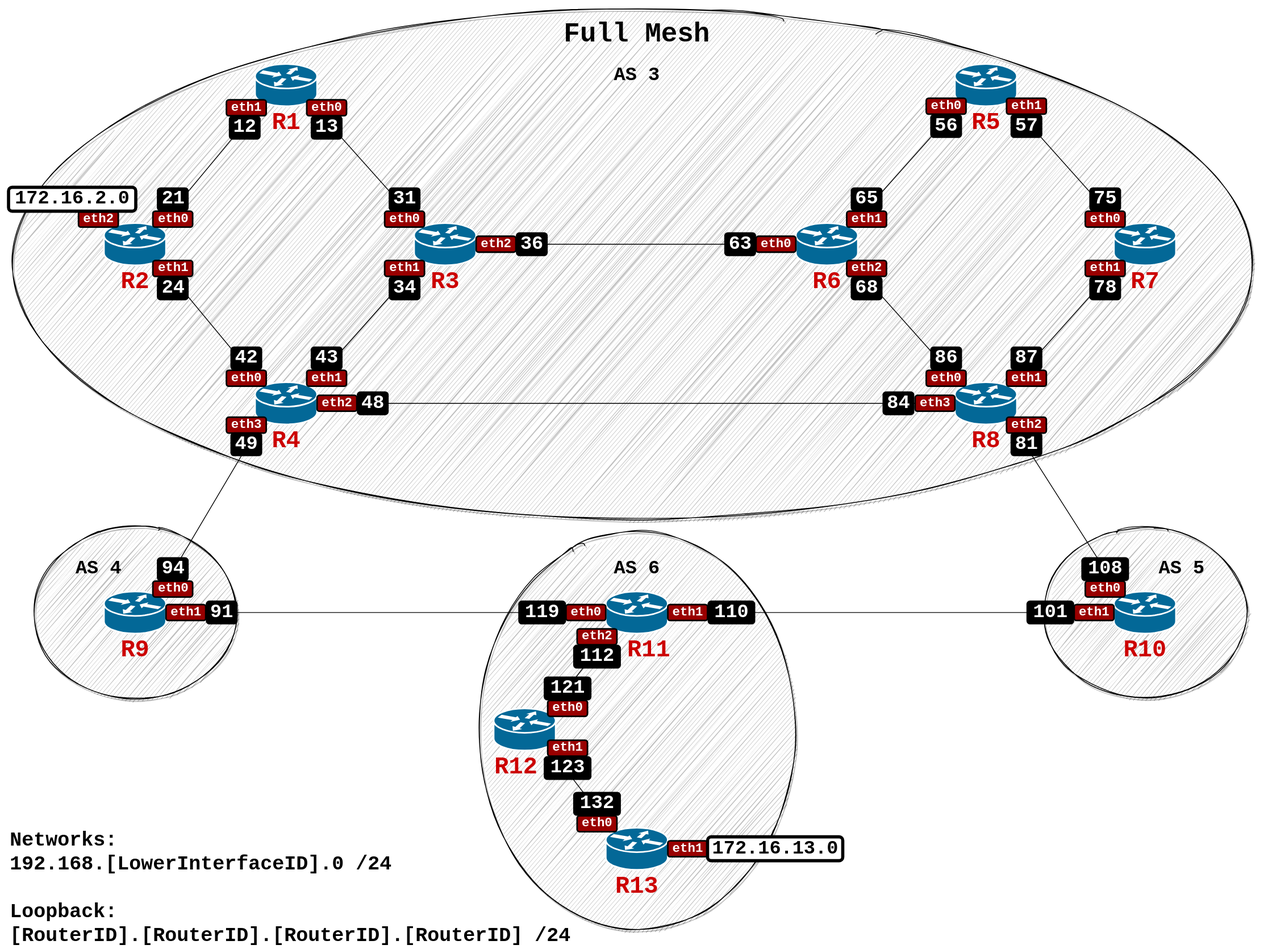
kkurczab/BGP-Route-Reflectors-and-Confederations-Kathara keeps this draw.io diagram as Full_Mesh.svg. Above is the earlier version. Source tidied: cells renumbered, new cells last; positions are measured from the earlier drawing's top-left corner, leaving out a move shared by most shapes.
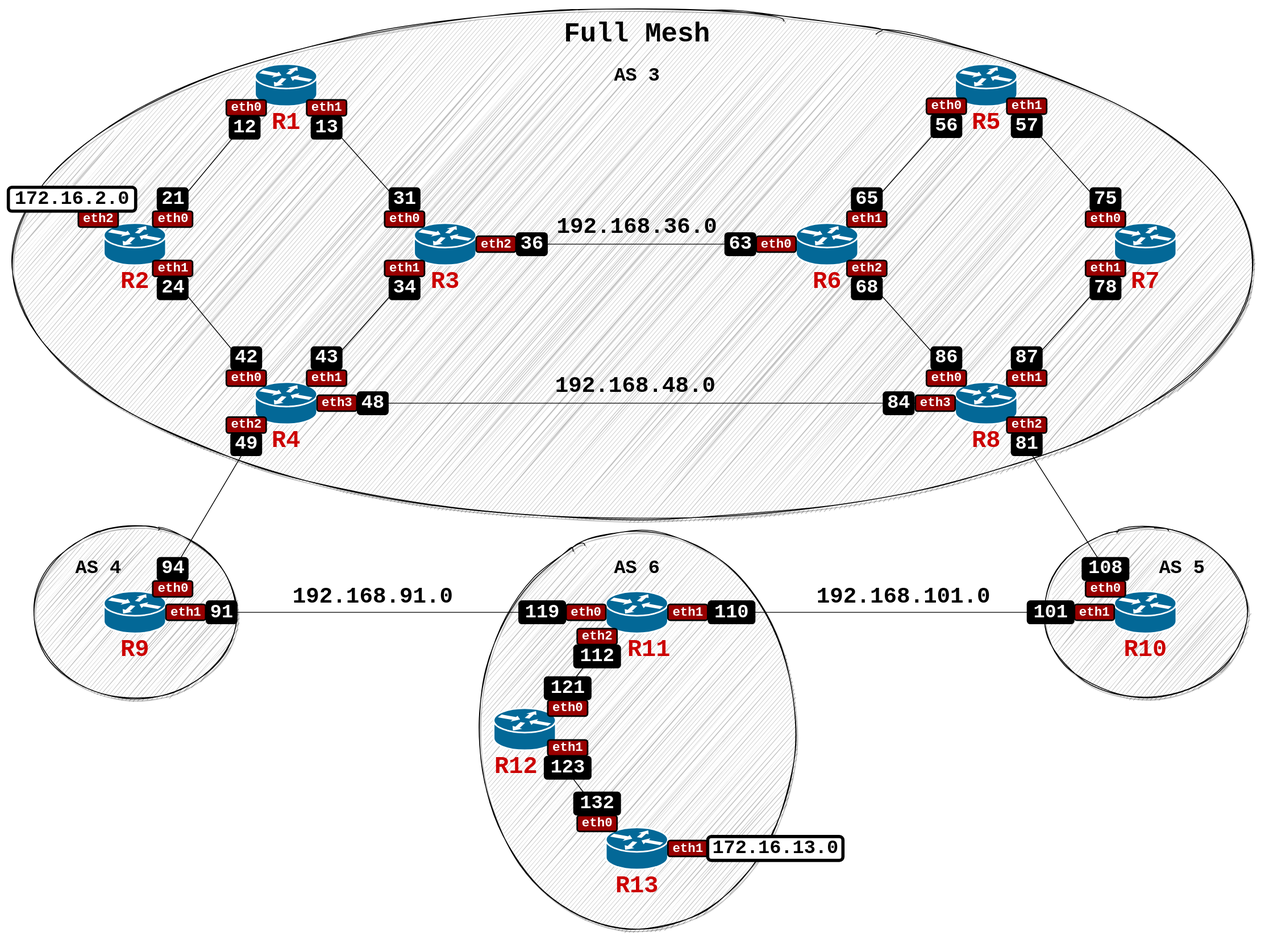
After the change.

The edit, as a diff of the source:
```diff
@@ -104,9 +104,6 @@
     <mxCell id="35" style="endArrow=none;html=1;fontSize=34;strokeColor=default;entryX=1;entryY=0.5;entryDx=0;entryDy=0;entryPerimeter=0;exitX=0;exitY=0.5;exitDx=0;exitDy=0;exitPerimeter=0;fontStyle=1;fontFamily=Courier New;startArrow=none;" parent="1" edge="1" source="64" target="13">
       <mxGeometry relative="1" as="geometry" />
     </mxCell>
-    <mxCell id="36" value="&lt;p style=&quot;margin: 0px; text-indent: 0px; font-size: 25px;&quot;&gt;Networks:&lt;/p&gt;&lt;p style=&quot;margin: 0px; text-indent: 0px; font-size: 25px;&quot;&gt;&lt;span style=&quot;font-size: 25px;&quot;&gt;192.168.[LowerInterfaceID].0 /24&lt;/span&gt;&lt;/p&gt;&lt;p style=&quot;margin: 0px; text-indent: 0px; font-size: 25px;&quot;&gt;&lt;br style=&quot;font-size: 25px;&quot;&gt;Loopback:&lt;/p&gt;&lt;p style=&quot;margin: 0px; text-indent: 0px; font-size: 25px;&quot;&gt;[RouterID].[RouterID].[RouterID].[RouterID] /24&lt;/p&gt;" style="text;whiteSpace=wrap;html=1;fontSize=25;fontFamily=Courier New;fontStyle=1;" parent="1" vertex="1">
-      <mxGeometry x="10" y="1034.5" width="722" height="157" as="geometry" />
-    </mxCell>
     <mxCell id="37" value="AS 3" style="text;html=1;align=center;verticalAlign=middle;strokeColor=none;fillColor=none;fontSize=24;fontFamily=Courier New;fontStyle=1;" parent="1" vertex="1">
       <mxGeometry x="765" y="80" width="70" height="30" as="geometry" />
     </mxCell>
@@ -158,10 +155,10 @@
     <mxCell id="53" value="&lt;span&gt;&lt;font color=&quot;#cc0000&quot;&gt;R13&lt;/font&gt;&lt;/span&gt;" style="text;html=1;align=center;verticalAlign=middle;strokeColor=none;fillColor=none;fontSize=30;fontFamily=Courier New;fontStyle=1;" parent="1" vertex="1">
       <mxGeometry x="765" y="1093" width="70" height="40" as="geometry" />
     </mxCell>
-    <mxCell id="54" value="eth1" style="text;align=center;verticalAlign=middle;strokeColor=default;fillColor=#990000;labelBackgroundColor=none;labelBorderColor=none;fontFamily=Courier New;fontColor=#ffffff;rounded=1;fontStyle=1;fontSize=16;glass=0;shadow=0;sketch=0;strokeWidth=2;gradientColor=none;html=1;" parent="1" vertex="1">
+    <mxCell id="54" value="eth0" style="text;align=center;verticalAlign=middle;strokeColor=default;fillColor=#990000;labelBackgroundColor=none;labelBorderColor=none;fontFamily=Courier New;fontColor=#ffffff;rounded=1;fontStyle=1;fontSize=16;glass=0;shadow=0;sketch=0;strokeWidth=2;gradientColor=none;html=1;" parent="1" vertex="1">
       <mxGeometry x="284" y="125" width="50" height="20" as="geometry" />
     </mxCell>
-    <mxCell id="55" value="eth0" style="text;align=center;verticalAlign=middle;strokeColor=default;fillColor=#990000;labelBackgroundColor=none;labelBorderColor=none;fontFamily=Courier New;fontColor=#ffffff;rounded=1;fontStyle=1;fontSize=16;glass=0;shadow=0;sketch=0;strokeWidth=2;gradientColor=none;html=1;" parent="1" vertex="1">
+    <mxCell id="55" value="eth1" style="text;align=center;verticalAlign=middle;strokeColor=default;fillColor=#990000;labelBackgroundColor=none;labelBorderColor=none;fontFamily=Courier New;fontColor=#ffffff;rounded=1;fontStyle=1;fontSize=16;glass=0;shadow=0;sketch=0;strokeWidth=2;gradientColor=none;html=1;" parent="1" vertex="1">
       <mxGeometry x="385" y="125" width="50" height="20" as="geometry" />
     </mxCell>
     <mxCell id="56" value="eth1" style="text;align=center;verticalAlign=middle;strokeColor=default;fillColor=#990000;labelBackgroundColor=none;labelBorderColor=none;fontFamily=Courier New;fontColor=#ffffff;rounded=1;fontStyle=1;fontSize=16;glass=0;shadow=0;sketch=0;strokeWidth=2;gradientColor=none;html=1;" parent="1" vertex="1">
@@ -188,13 +185,13 @@
     <mxCell id="63" value="eth1" style="text;align=center;verticalAlign=middle;strokeColor=default;fillColor=#990000;labelBackgroundColor=none;labelBorderColor=none;fontFamily=Courier New;fontColor=#ffffff;rounded=1;fontStyle=1;fontSize=16;glass=0;shadow=0;sketch=0;strokeWidth=2;gradientColor=none;html=1;" parent="1" vertex="1">
       <mxGeometry x="385" y="465" width="50" height="20" as="geometry" />
     </mxCell>
-    <mxCell id="64" value="eth2" style="text;align=center;verticalAlign=middle;points=[];strokeColor=default;fillColor=#990000;labelBackgroundColor=none;labelBorderColor=none;fontFamily=Courier New;fontColor=#ffffff;rounded=1;fontStyle=1;fontSize=16;glass=0;shadow=0;sketch=0;strokeWidth=2;gradientColor=none;html=1;" parent="1" vertex="1">
+    <mxCell id="64" value="eth3" style="text;align=center;verticalAlign=middle;points=[];strokeColor=default;fillColor=#990000;labelBackgroundColor=none;labelBorderColor=none;fontFamily=Courier New;fontColor=#ffffff;rounded=1;fontStyle=1;fontSize=16;glass=0;shadow=0;sketch=0;strokeWidth=2;gradientColor=none;html=1;" parent="1" vertex="1">
       <mxGeometry x="398" y="496.5" width="50" height="20" as="geometry" />
     </mxCell>
     <mxCell id="65" style="endArrow=none;html=1;fontSize=34;strokeColor=default;entryX=1;entryY=0.5;entryDx=0;entryDy=0;entryPerimeter=0;exitX=0;exitY=0.5;exitDx=0;exitDy=0;exitPerimeter=0;fontStyle=1;fontFamily=Courier New;" parent="1" edge="1" source="12" target="64">
       <mxGeometry relative="1" as="geometry" />
     </mxCell>
-    <mxCell id="66" value="eth3" style="text;align=center;verticalAlign=middle;strokeColor=default;fillColor=#990000;labelBackgroundColor=none;labelBorderColor=none;fontFamily=Courier New;fontColor=#ffffff;rounded=1;fontStyle=1;fontSize=16;glass=0;shadow=0;sketch=0;strokeWidth=2;gradientColor=none;html=1;" parent="1" vertex="1">
+    <mxCell id="66" value="eth2" style="text;align=center;verticalAlign=middle;strokeColor=default;fillColor=#990000;labelBackgroundColor=none;labelBorderColor=none;fontFamily=Courier New;fontColor=#ffffff;rounded=1;fontStyle=1;fontSize=16;glass=0;shadow=0;sketch=0;strokeWidth=2;gradientColor=none;html=1;" parent="1" vertex="1">
       <mxGeometry x="284" y="524" width="50" height="20" as="geometry" />
     </mxCell>
     <mxCell id="67" value="eth1" style="text;align=center;verticalAlign=middle;strokeColor=default;fillColor=#990000;labelBackgroundColor=none;labelBorderColor=none;fontFamily=Courier New;fontColor=#ffffff;rounded=1;fontStyle=1;fontSize=16;glass=0;shadow=0;sketch=0;strokeWidth=2;gradientColor=none;html=1;" parent="1" vertex="1">
@@ -371,5 +368,17 @@
     <mxCell id="124" value="172.16.2.0" style="text;html=1;align=center;verticalAlign=middle;fontSize=24;fontFamily=Courier New;labelBorderColor=none;labelBackgroundColor=none;gradientDirection=west;rounded=1;shadow=0;sketch=0;glass=0;fixDash=0;fontStyle=1;fillColor=#FFFFFF;strokeColor=#000000;fontColor=#000000;strokeWidth=4;" parent="1" vertex="1">
       <mxGeometry x="10" y="235" width="160" height="30" as="geometry" />
     </mxCell>
+    <mxCell id="125" value="&lt;font style=&quot;font-size: 28px&quot;&gt;192.168.36.0&lt;/font&gt;" style="text;html=1;align=center;verticalAlign=middle;strokeColor=none;fillColor=none;fontSize=24;fontFamily=Courier New;fontStyle=1;" parent="1" vertex="1">
+      <mxGeometry x="690" y="265" width="220" height="40" as="geometry" />
+    </mxCell>
+    <mxCell id="126" value="&lt;font style=&quot;font-size: 28px&quot;&gt;192.168.48.0&lt;/font&gt;" style="text;html=1;align=center;verticalAlign=middle;strokeColor=none;fillColor=none;fontSize=24;fontFamily=Courier New;fontStyle=1;" parent="1" vertex="1">
+      <mxGeometry x="688" y="465" width="220" height="40" as="geometry" />
+    </mxCell>
+    <mxCell id="127" value="&lt;font style=&quot;font-size: 28px&quot;&gt;192.168.91.0&lt;/font&gt;" style="text;html=1;align=center;verticalAlign=middle;strokeColor=none;fillColor=none;fontSize=24;fontFamily=Courier New;fontStyle=1;" parent="1" vertex="1">
+      <mxGeometry x="358" y="730" width="220" height="40" as="geometry" />
+    </mxCell>
+    <mxCell id="128" value="&lt;font style=&quot;font-size: 28px&quot;&gt;192.168.101.0&lt;/font&gt;" style="text;html=1;align=center;verticalAlign=middle;strokeColor=none;fillColor=none;fontSize=24;fontFamily=Courier New;fontStyle=1;" parent="1" vertex="1">
+      <mxGeometry x="1020" y="730" width="230" height="40" as="geometry" />
+    </mxCell>
   </root>
 </mxGraphModel>
```
